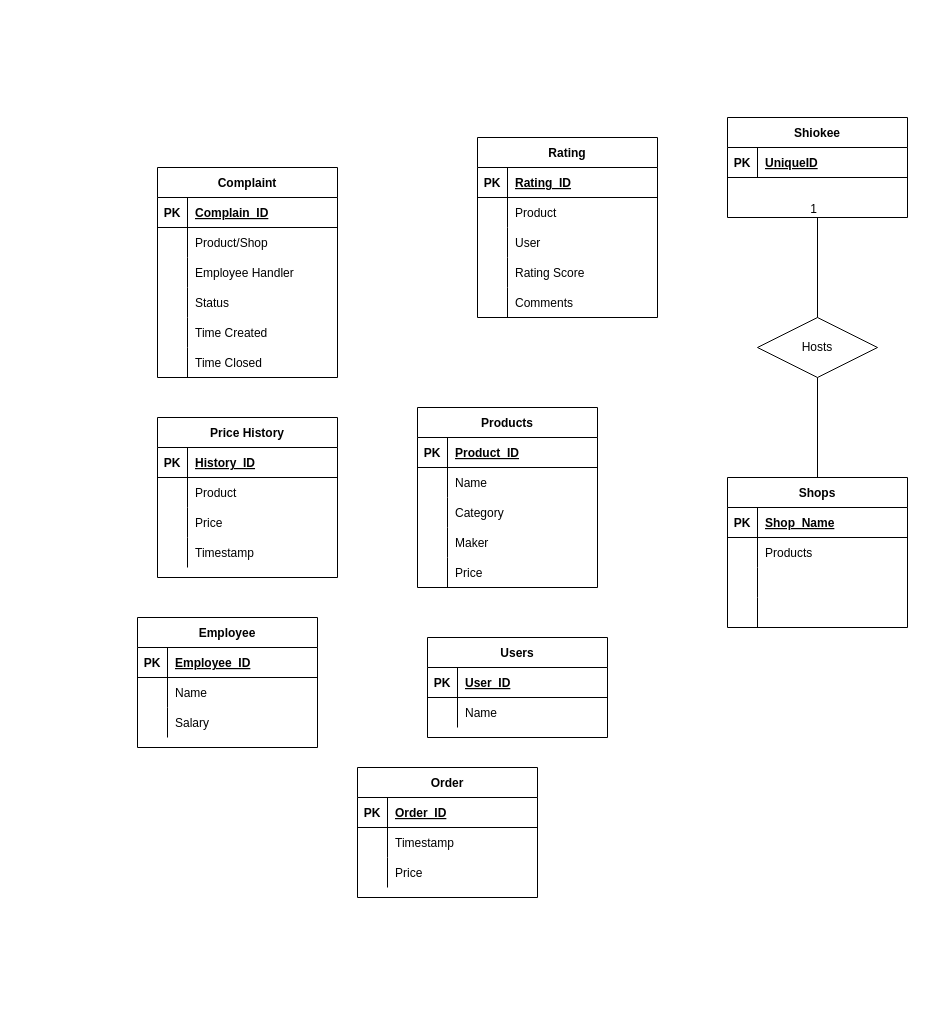
Earlier version of the draw.io diagram Untitled Diagram.drawio (CZ2007-Group-2/Group2). Source tidied: cells renumbered, new cells numbered last; positions are measured from the earlier drawing's top-left corner, leaving out a move shared by most shapes. Both pictures are drawn from the tidied source at 100%, with x=0, y=0 at pixel (137, 117).
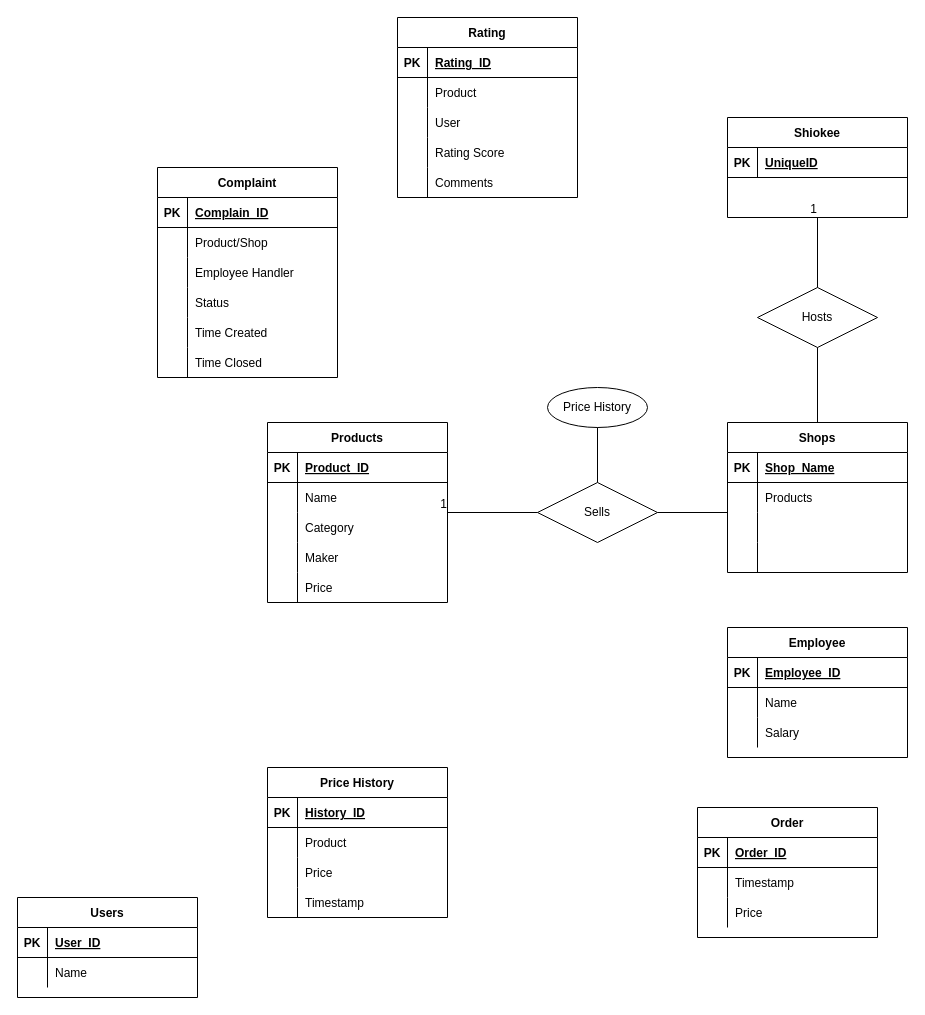
The same diagram, later.

Commit message:
Connected Shops and Products

Change to the diagram source:
```diff
@@
     <mxCell id="2" value="Shops" style="shape=table;startSize=30;childLayout=tableLayout;rowLines=0;fontStyle=1;align=center;" parent="1" vertex="1">
-      <mxGeometry x="590" y="360" width="180" height="150" as="geometry" />
+      <mxGeometry x="590" y="305" width="180" height="150" as="geometry" />
     </mxCell>
@@
     <mxCell id="15" value="Products" style="shape=table;startSize=30;childLayout=tableLayout;rowLines=0;fontStyle=1;align=center;" parent="1" vertex="1">
-      <mxGeometry x="280" y="290" width="180" height="180" as="geometry" />
+      <mxGeometry x="130" y="305" width="180" height="180" as="geometry" />
     </mxCell>
@@
     <mxCell id="31" value="Rating" style="shape=table;startSize=30;childLayout=tableLayout;rowLines=0;fontStyle=1;align=center;" parent="1" vertex="1">
-      <mxGeometry x="340" y="20" width="180" height="180" as="geometry" />
+      <mxGeometry x="260" y="-100" width="180" height="180" as="geometry" />
     </mxCell>
@@
     <mxCell id="47" value="Price History" style="shape=table;startSize=30;childLayout=tableLayout;rowLines=0;fontStyle=1;align=center;" parent="1" vertex="1">
-      <mxGeometry x="20" y="300" width="180" height="160" as="geometry" />
+      <mxGeometry x="130" y="650" width="180" height="150" as="geometry" />
     </mxCell>
@@
     <mxCell id="60" value="Users" style="shape=table;startSize=30;childLayout=tableLayout;rowLines=0;fontStyle=1;align=center;" parent="1" vertex="1">
-      <mxGeometry x="290" y="520" width="180" height="100" as="geometry" />
+      <mxGeometry x="-120" y="780" width="180" height="100" as="geometry" />
     </mxCell>
@@
     <mxCell id="67" value="Employee" style="shape=table;startSize=30;childLayout=tableLayout;rowLines=0;fontStyle=1;align=center;" parent="1" vertex="1">
-      <mxGeometry y="500" width="180" height="130" as="geometry" />
+      <mxGeometry x="590" y="510" width="180" height="130" as="geometry" />
     </mxCell>
@@
     <mxCell id="77" value="Order" style="shape=table;startSize=30;childLayout=tableLayout;rowLines=0;fontStyle=1;align=center;" parent="1" vertex="1">
-      <mxGeometry x="220" y="650" width="180" height="130" as="geometry" />
+      <mxGeometry x="560" y="690" width="180" height="130" as="geometry" />
     </mxCell>
@@
     <mxCell id="110" value="Hosts" style="shape=rhombus;perimeter=rhombusPerimeter;whiteSpace=wrap;html=1;align=center;" parent="1" vertex="1">
-      <mxGeometry x="620" y="200" width="120" height="60" as="geometry" />
+      <mxGeometry x="620" y="170" width="120" height="60" as="geometry" />
     </mxCell>
@@
+    <mxCell id="114" value="Sells" style="shape=rhombus;perimeter=rhombusPerimeter;whiteSpace=wrap;html=1;align=center;" parent="1" vertex="1">
+      <mxGeometry x="400" y="365" width="120" height="60" as="geometry" />
+    </mxCell>
+    <mxCell id="115" style="endArrow=none;html=1;rounded=0;exitX=0;exitY=0.5;exitDx=0;exitDy=0;" parent="1" edge="1" source="114">
+      <mxGeometry relative="1" as="geometry">
+        <mxPoint x="310" y="395" as="targetPoint" />
+      </mxGeometry>
+    </mxCell>
+    <mxCell id="116" value="1" style="html=1;align=right;verticalAlign=bottom;" parent="115" vertex="1">
+      <mxGeometry x="1" relative="1" as="geometry" />
+    </mxCell>
+    <mxCell id="117" style="endArrow=none;html=1;rounded=0;entryX=1;entryY=0.5;entryDx=0;entryDy=0;" parent="1" edge="1" target="114">
+      <mxGeometry relative="1" as="geometry">
+        <mxPoint x="590" y="395" as="sourcePoint" />
+      </mxGeometry>
+    </mxCell>
+    <mxCell id="118" value="Price History" style="ellipse;whiteSpace=wrap;html=1;align=center;" parent="1" vertex="1">
+      <mxGeometry x="410" y="270" width="100" height="40" as="geometry" />
+    </mxCell>
+    <mxCell id="119" style="endArrow=none;html=1;rounded=0;exitX=0.5;exitY=0;exitDx=0;exitDy=0;entryX=0.5;entryY=1;entryDx=0;entryDy=0;" parent="1" edge="1" source="114" target="118">
+      <mxGeometry relative="1" as="geometry" />
+    </mxCell>
```
